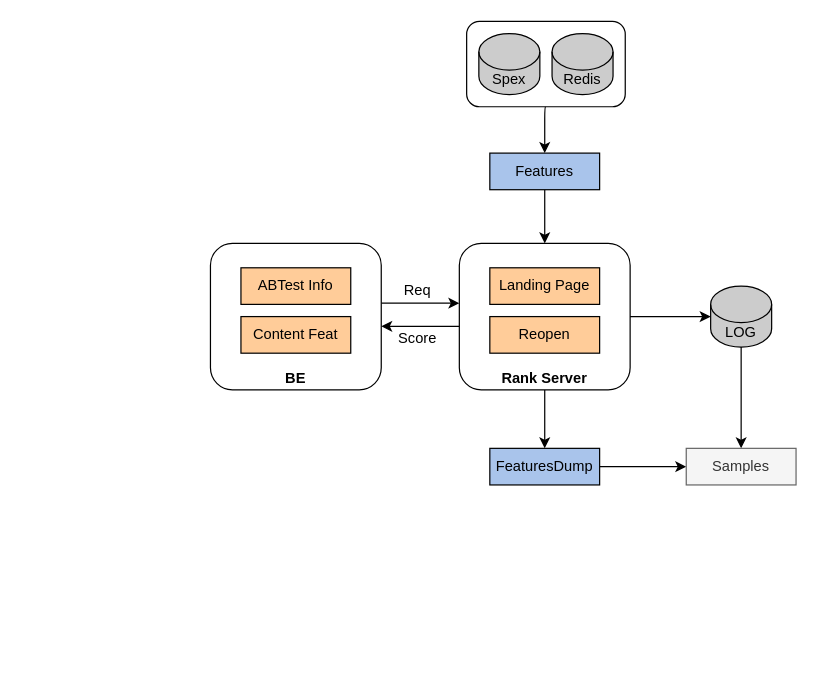
ChenPengyao/drawio keeps this draw.io diagram as liveagent新架构.drawio. Above is the earlier version. Source tidied: cells renumbered, new cells numbered last; positions are measured from the earlier drawing's top-left corner, leaving out a move shared by most shapes. Both pictures are drawn from the tidied source at 122%, with x=0, y=0 at pixel (210, 21).
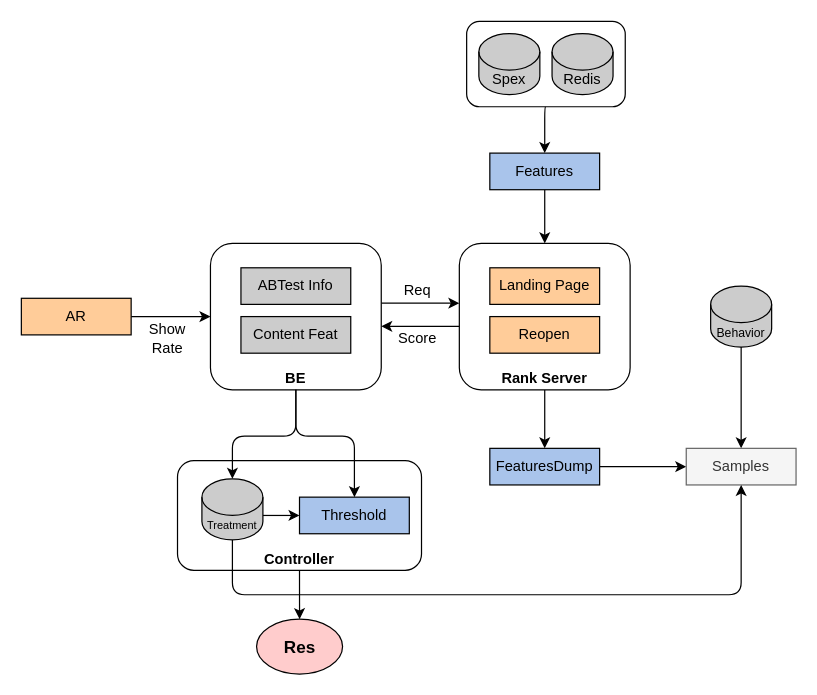
The same page after the edit.

Commit message (it also covers changes not shown here):
更新liveagent新架构.drawio

The change refers to these unchanged cells:
```xml
<mxCell id="3" value="&lt;br&gt;&lt;br&gt;&lt;br&gt;&lt;br&gt;&lt;br&gt;&lt;br&gt;&lt;br&gt;&lt;b&gt;BE&lt;/b&gt;&lt;div style=&quot;text-align: justify;&quot;&gt;&lt;/div&gt;" style="rounded=1;whiteSpace=wrap;html=1;" parent="1" vertex="1">
  <mxGeometry y="182" width="140" height="120" as="geometry" />
</mxCell>
<mxCell id="7" value="&lt;br&gt;&lt;br&gt;&lt;br&gt;&lt;br&gt;&lt;br&gt;&lt;br&gt;&lt;br&gt;&lt;b&gt;Rank Server&lt;/b&gt;&lt;br&gt;&lt;div style=&quot;text-align: justify;&quot;&gt;&lt;/div&gt;" style="rounded=1;whiteSpace=wrap;html=1;" parent="1" vertex="1">
  <mxGeometry x="204" y="182" width="140" height="120" as="geometry" />
</mxCell>
<mxCell id="24" value="Samples" style="rounded=0;whiteSpace=wrap;html=1;fillColor=#f5f5f5;fontColor=#333333;strokeColor=#666666;" parent="1" vertex="1">
  <mxGeometry x="390" y="350" width="90" height="30" as="geometry" />
</mxCell>
```

The edit, as a diff of the source:
```diff
@@
-    <mxCell id="4" value="Content Feat" style="rounded=0;whiteSpace=wrap;html=1;fillColor=#FFCC99;" parent="1" vertex="1">
+    <mxCell id="4" value="Content Feat" style="rounded=0;whiteSpace=wrap;html=1;fillColor=#CCCCCC;" parent="1" vertex="1">
       <mxGeometry x="25" y="242" width="90" height="30" as="geometry" />
     </mxCell>
-    <mxCell id="5" value="ABTest Info" style="rounded=0;whiteSpace=wrap;html=1;fillColor=#FFCC99;" parent="1" vertex="1">
+    <mxCell id="5" value="ABTest Info" style="rounded=0;whiteSpace=wrap;html=1;fillColor=#CCCCCC;" parent="1" vertex="1">
       <mxGeometry x="25" y="202" width="90" height="30" as="geometry" />
     </mxCell>
@@
-    <mxCell id="22" value="LOG" style="shape=cylinder3;whiteSpace=wrap;html=1;boundedLbl=1;backgroundOutline=1;size=15;fillColor=#CCCCCC;" parent="1" vertex="1">
+    <mxCell id="22" value="&lt;font style=&quot;font-size: 10px;&quot;&gt;Behavior&lt;/font&gt;" style="shape=cylinder3;whiteSpace=wrap;html=1;boundedLbl=1;backgroundOutline=1;size=15;fillColor=#CCCCCC;" parent="1" vertex="1">
       <mxGeometry x="410" y="217" width="50" height="50" as="geometry" />
     </mxCell>
-    <mxCell id="23" style="edgeStyle=orthogonalEdgeStyle;jettySize=auto;html=1;exitX=1;exitY=0.5;exitDx=0;exitDy=0;entryX=0;entryY=0.5;entryDx=0;entryDy=0;entryPerimeter=0;" parent="1" edge="1" source="7" target="22">
-      <mxGeometry relative="1" as="geometry" />
-    </mxCell>
@@
+    <mxCell id="25" style="edgeStyle=orthogonalEdgeStyle;jettySize=auto;html=1;exitX=1;exitY=0.5;exitDx=0;exitDy=0;entryX=0;entryY=0.5;entryDx=0;entryDy=0;" parent="1" edge="1" source="26" target="3">
+      <mxGeometry relative="1" as="geometry" />
+    </mxCell>
+    <mxCell id="26" value="AR" style="rounded=0;whiteSpace=wrap;html=1;fillColor=#FFCC99;" parent="1" vertex="1">
+      <mxGeometry x="-155" y="227" width="90" height="30" as="geometry" />
+    </mxCell>
+    <mxCell id="27" value="Show Rate" style="text;html=1;strokeColor=none;fillColor=none;align=center;verticalAlign=middle;whiteSpace=wrap;rounded=0;" parent="1" vertex="1">
+      <mxGeometry x="-65" y="245" width="60" height="30" as="geometry" />
+    </mxCell>
+    <mxCell id="28" style="edgeStyle=orthogonalEdgeStyle;jettySize=auto;html=1;exitX=0.5;exitY=1;exitDx=0;exitDy=0;entryX=0.5;entryY=0;entryDx=0;entryDy=0;" parent="1" edge="1" source="29" target="36">
+      <mxGeometry relative="1" as="geometry" />
+    </mxCell>
+    <mxCell id="29" value="&lt;br&gt;&lt;br&gt;&lt;br&gt;&lt;br&gt;&lt;br&gt;&lt;b&gt;Controller&lt;/b&gt;&lt;br&gt;&lt;div style=&quot;text-align: justify;&quot;&gt;&lt;/div&gt;" style="rounded=1;whiteSpace=wrap;html=1;" parent="1" vertex="1">
+      <mxGeometry x="-27" y="360" width="200" height="90" as="geometry" />
+    </mxCell>
+    <mxCell id="30" style="edgeStyle=orthogonalEdgeStyle;jettySize=auto;html=1;exitX=1;exitY=0;exitDx=0;exitDy=30;exitPerimeter=0;entryX=0;entryY=0.5;entryDx=0;entryDy=0;" parent="1" edge="1" source="32" target="33">
+      <mxGeometry relative="1" as="geometry" />
+    </mxCell>
+    <mxCell id="31" style="edgeStyle=orthogonalEdgeStyle;jettySize=auto;html=1;exitX=0.5;exitY=1;exitDx=0;exitDy=0;exitPerimeter=0;entryX=0.5;entryY=1;entryDx=0;entryDy=0;" parent="1" edge="1" source="32" target="24">
+      <mxGeometry relative="1" as="geometry">
+        <Array as="points">
+          <mxPoint x="18" y="470" />
+          <mxPoint x="435" y="470" />
+        </Array>
+      </mxGeometry>
+    </mxCell>
+    <mxCell id="32" value="&lt;font style=&quot;font-size: 9px;&quot;&gt;Treatment&lt;/font&gt;" style="shape=cylinder3;whiteSpace=wrap;html=1;boundedLbl=1;backgroundOutline=1;size=15;fillColor=#CCCCCC;" parent="1" vertex="1">
+      <mxGeometry x="-7" y="375" width="50" height="50" as="geometry" />
+    </mxCell>
+    <mxCell id="33" value="Threshold" style="rounded=0;whiteSpace=wrap;html=1;fillColor=#A9C4EB;" parent="1" vertex="1">
+      <mxGeometry x="73" y="390" width="90" height="30" as="geometry" />
+    </mxCell>
+    <mxCell id="34" style="edgeStyle=orthogonalEdgeStyle;jettySize=auto;html=1;exitX=0.5;exitY=1;exitDx=0;exitDy=0;entryX=0.5;entryY=0;entryDx=0;entryDy=0;entryPerimeter=0;" parent="1" edge="1" source="3" target="32">
+      <mxGeometry relative="1" as="geometry">
+        <Array as="points">
+          <mxPoint x="70" y="340" />
+          <mxPoint x="18" y="340" />
+        </Array>
+      </mxGeometry>
+    </mxCell>
+    <mxCell id="35" style="edgeStyle=orthogonalEdgeStyle;jettySize=auto;html=1;exitX=0.5;exitY=1;exitDx=0;exitDy=0;entryX=0.5;entryY=0;entryDx=0;entryDy=0;" parent="1" edge="1" source="3" target="33">
+      <mxGeometry relative="1" as="geometry">
+        <Array as="points">
+          <mxPoint x="70" y="340" />
+          <mxPoint x="118" y="340" />
+        </Array>
+      </mxGeometry>
+    </mxCell>
+    <mxCell id="36" value="&lt;font style=&quot;font-size: 14px;&quot;&gt;&lt;b&gt;Res&lt;/b&gt;&lt;/font&gt;" style="ellipse;whiteSpace=wrap;html=1;fillColor=#FFCCCC;" parent="1" vertex="1">
+      <mxGeometry x="37.8" y="490" width="70.5" height="45" as="geometry" />
+    </mxCell>
```
